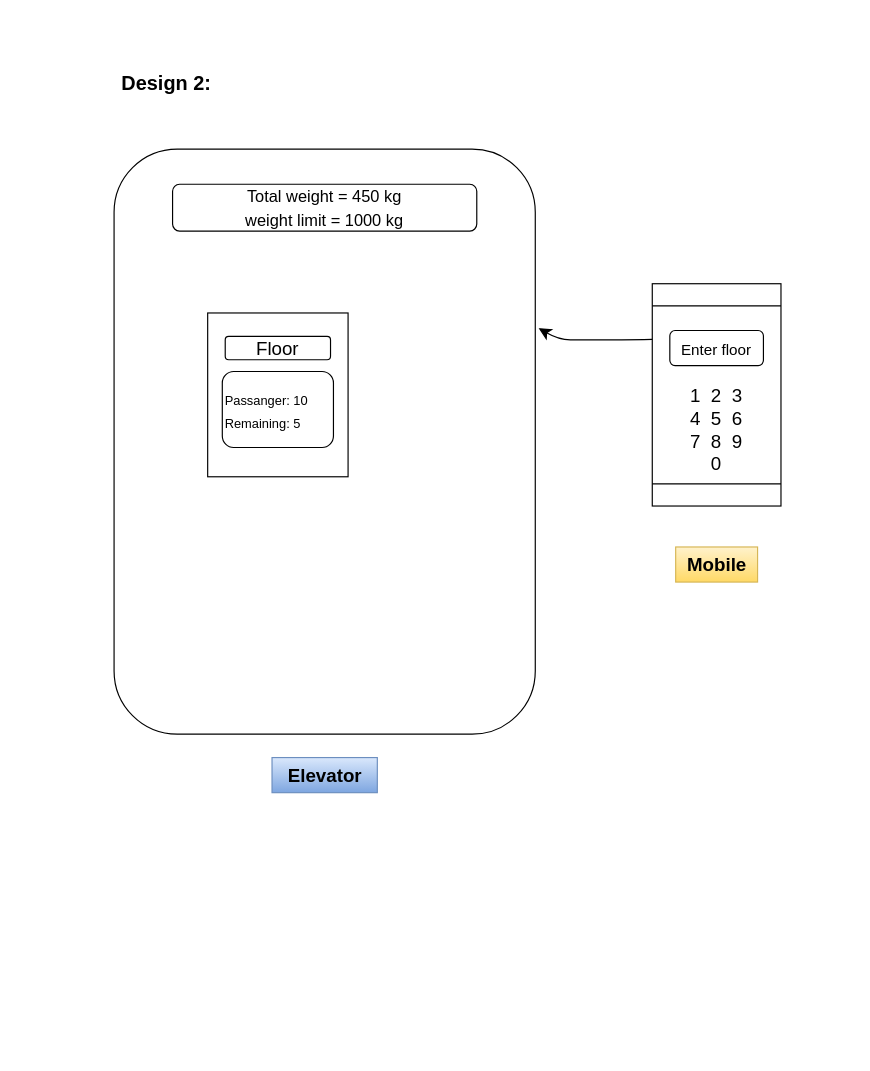
Above: page "Page-2" (2 of 10) of files/test.drawio in Arif-Shahriar028/draw.io (draw.io), before the change. Source tidied: cells renumbered, new cells numbered last; positions are measured from the earlier drawing's top-left corner, leaving out a move shared by most shapes. Both pictures are drawn from the tidied source at 117%, with x=0, y=0 at pixel (102, 67).
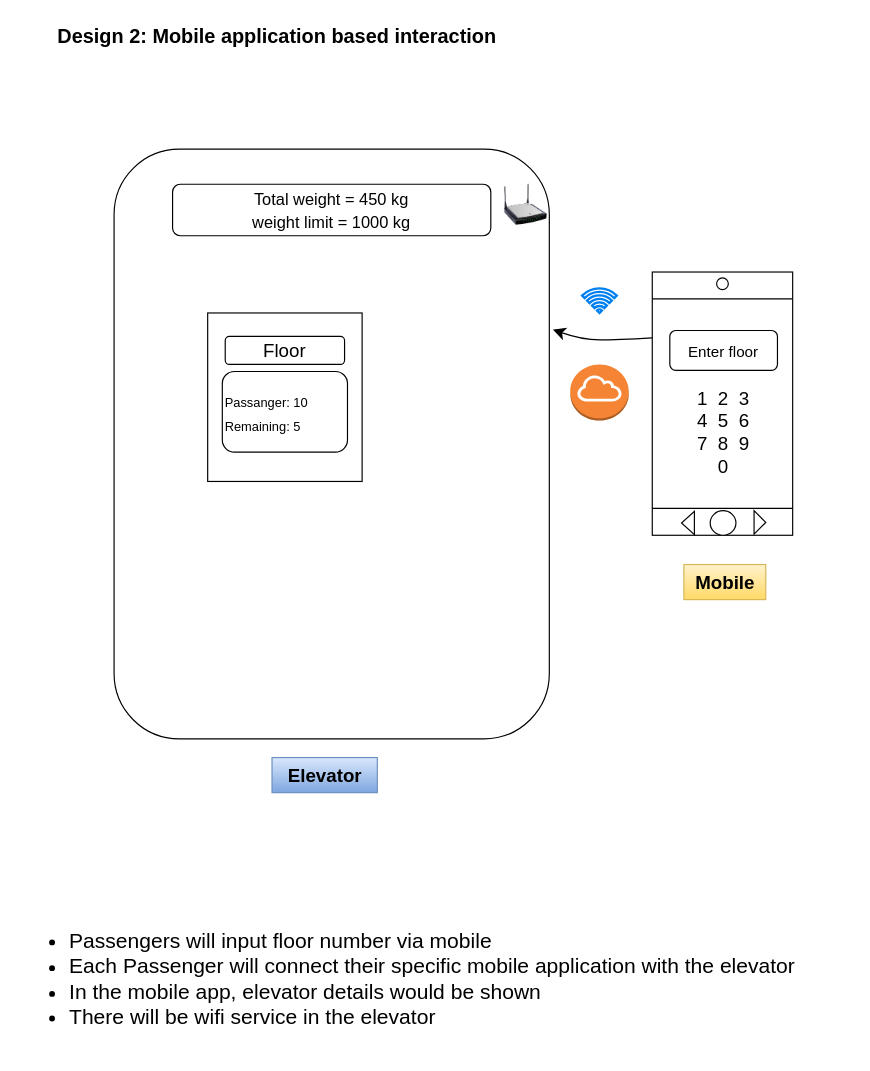
Above is the later version.

What changed in the source:
```diff
@@
-    <mxCell id="2" value="&lt;b&gt;&lt;font style=&quot;font-size: 17px;&quot;&gt;Design 2:&lt;/font&gt;&lt;/b&gt;" style="text;strokeColor=none;fillColor=none;html=1;align=center;verticalAlign=middle;whiteSpace=wrap;rounded=0;fontSize=16;" parent="1" vertex="1">
-      <mxGeometry width="110" height="30" as="geometry" />
+    <mxCell id="2" value="&lt;b&gt;&lt;font style=&quot;font-size: 17px;&quot;&gt;Design 2: Mobile application based interaction&lt;/font&gt;&lt;/b&gt;" style="text;strokeColor=none;fillColor=none;html=1;align=left;verticalAlign=middle;whiteSpace=wrap;rounded=0;fontSize=16;" parent="1" vertex="1">
+      <mxGeometry x="-40" y="-40" width="520" height="30" as="geometry" />
     </mxCell>
     <mxCell id="3" style="rounded=1;whiteSpace=wrap;html=1;fontSize=16;" parent="1" vertex="1">
-      <mxGeometry x="10" y="70" width="360" height="500" as="geometry" />
+      <mxGeometry x="10" y="70" width="372" height="504" as="geometry" />
     </mxCell>
     <mxCell id="4" style="rounded=0;whiteSpace=wrap;html=1;fontSize=16;" parent="1" vertex="1">
-      <mxGeometry x="90" y="210" width="120" height="140" as="geometry" />
+      <mxGeometry x="90" y="210" width="132" height="144" as="geometry" />
     </mxCell>
     <mxCell id="5" value="Floor" style="rounded=1;whiteSpace=wrap;html=1;fontSize=16;" parent="1" vertex="1">
-      <mxGeometry x="105" y="230" width="90" height="20" as="geometry" />
+      <mxGeometry x="105" y="230" width="102" height="24" as="geometry" />
     </mxCell>
     <mxCell id="6" value="&lt;font style=&quot;font-size: 11px;&quot;&gt;Passanger: 10&lt;br&gt;Remaining: 5&lt;br&gt;&lt;/font&gt;" style="rounded=1;whiteSpace=wrap;html=1;fontSize=16;direction=south;align=left;" parent="1" vertex="1">
-      <mxGeometry x="102.5" y="260" width="95" height="65" as="geometry" />
+      <mxGeometry x="102.5" y="260" width="107" height="69" as="geometry" />
     </mxCell>
     <mxCell id="7" style="shape=process;whiteSpace=wrap;html=1;backgroundOutline=1;fontSize=16;direction=south;" parent="1" vertex="1">
-      <mxGeometry x="470" y="185" width="110" height="190" as="geometry" />
+      <mxGeometry x="470" y="175" width="120" height="225" as="geometry" />
     </mxCell>
     <mxCell id="8" value="&lt;font style=&quot;font-size: 13px;&quot;&gt;Enter floor&lt;/font&gt;" style="rounded=1;whiteSpace=wrap;html=1;fontSize=16;" parent="1" vertex="1">
-      <mxGeometry x="485" y="225" width="80" height="30" as="geometry" />
+      <mxGeometry x="485" y="225" width="92" height="34" as="geometry" />
     </mxCell>
     <mxCell id="9" value="1&amp;nbsp; 2&amp;nbsp; 3&lt;br&gt;4&amp;nbsp; 5&amp;nbsp; 6&lt;br&gt;7&amp;nbsp; 8&amp;nbsp; 9&lt;br&gt;0" style="text;strokeColor=none;fillColor=none;html=1;align=center;verticalAlign=middle;whiteSpace=wrap;rounded=0;fontSize=16;" parent="1" vertex="1">
-      <mxGeometry x="495" y="295" width="60" height="30" as="geometry" />
+      <mxGeometry x="495" y="295" width="72" height="34" as="geometry" />
     </mxCell>
     <mxCell id="10" value="&lt;font style=&quot;font-size: 14px;&quot;&gt;Total weight = 450 kg&lt;br&gt;weight limit = 1000 kg&lt;/font&gt;" style="rounded=1;whiteSpace=wrap;html=1;fontSize=16;" parent="1" vertex="1">
-      <mxGeometry x="60" y="100" width="260" height="40" as="geometry" />
+      <mxGeometry x="60" y="100" width="272" height="44" as="geometry" />
     </mxCell>
     <mxCell id="11" style="curved=1;endArrow=classic;html=1;rounded=0;fontSize=12;startSize=8;endSize=8;entryX=1.008;entryY=0.306;entryDx=0;entryDy=0;entryPerimeter=0;exitX=0.25;exitY=1;exitDx=0;exitDy=0;" parent="1" edge="1" source="7" target="3">
       <mxGeometry relative="1" as="geometry">
         <Array as="points">
           <mxPoint x="440" y="233" />
           <mxPoint x="410" y="233" />
-          <mxPoint x="390" y="233" />
         </Array>
       </mxGeometry>
     </mxCell>
@@
     <mxCell id="13" value="Mobile" style="text;html=1;align=center;verticalAlign=middle;strokeColor=#d6b656;fillColor=#fff2cc;fontSize=16;fontStyle=1;gradientColor=#ffd966;" parent="1" vertex="1">
-      <mxGeometry x="490" y="410" width="70" height="30" as="geometry" />
+      <mxGeometry x="497" y="425" width="70" height="30" as="geometry" />
     </mxCell>
+    <mxCell id="14" value="&lt;ul style=&quot;font-size: 18px;&quot;&gt;&lt;li&gt;Passengers will input floor number via mobile&amp;nbsp;&lt;/li&gt;&lt;li&gt;Each Passenger will connect their specific mobile application with the elevator&lt;/li&gt;&lt;li&gt;In the mobile app, elevator details would be shown&amp;nbsp;&lt;/li&gt;&lt;li&gt;There will be wifi service in the elevator&lt;/li&gt;&lt;/ul&gt;" style="text;strokeColor=none;fillColor=none;html=1;align=left;verticalAlign=middle;whiteSpace=wrap;rounded=0;fontSize=16;" parent="1" vertex="1">
+      <mxGeometry x="-70" y="720" width="710" height="120" as="geometry" />
+    </mxCell>
+    <mxCell id="15" style="ellipse;whiteSpace=wrap;html=1;fontSize=16;" parent="1" vertex="1">
+      <mxGeometry x="519.5" y="379" width="22" height="21" as="geometry" />
+    </mxCell>
+    <mxCell id="16" style="triangle;whiteSpace=wrap;html=1;fontSize=16;" parent="1" vertex="1">
+      <mxGeometry x="557" y="379" width="10" height="20" as="geometry" />
+    </mxCell>
+    <mxCell id="17" style="triangle;whiteSpace=wrap;html=1;fontSize=16;direction=west;" parent="1" vertex="1">
+      <mxGeometry x="495" y="379.5" width="11" height="20" as="geometry" />
+    </mxCell>
+    <mxCell id="18" style="ellipse;whiteSpace=wrap;html=1;fontSize=16;" parent="1" vertex="1">
+      <mxGeometry x="525" y="180" width="10" height="10" as="geometry" />
+    </mxCell>
+    <mxCell id="19" style="html=1;verticalLabelPosition=bottom;align=center;labelBackgroundColor=#ffffff;verticalAlign=top;strokeWidth=2;strokeColor=#0080F0;shadow=0;dashed=0;shape=mxgraph.ios7.icons.wifi;fontSize=16;" parent="1" vertex="1">
+      <mxGeometry x="410" y="189" width="29.7" height="21" as="geometry" />
+    </mxCell>
+    <mxCell id="20" style="image;html=1;image=img/lib/clip_art/networking/Wireless_Router_N_128x128.png;fontSize=16;" parent="1" vertex="1">
+      <mxGeometry x="342" y="100" width="40" height="35" as="geometry" />
+    </mxCell>
+    <mxCell id="21" style="dashed=0;verticalLabelPosition=bottom;verticalAlign=top;align=center;html=1;shape=mxgraph.aws3.internet_gateway;fillColor=#F58534;gradientColor=none;fontSize=16;" parent="1" vertex="1">
+      <mxGeometry x="399.9" y="254" width="50" height="48" as="geometry" />
+    </mxCell>
```
